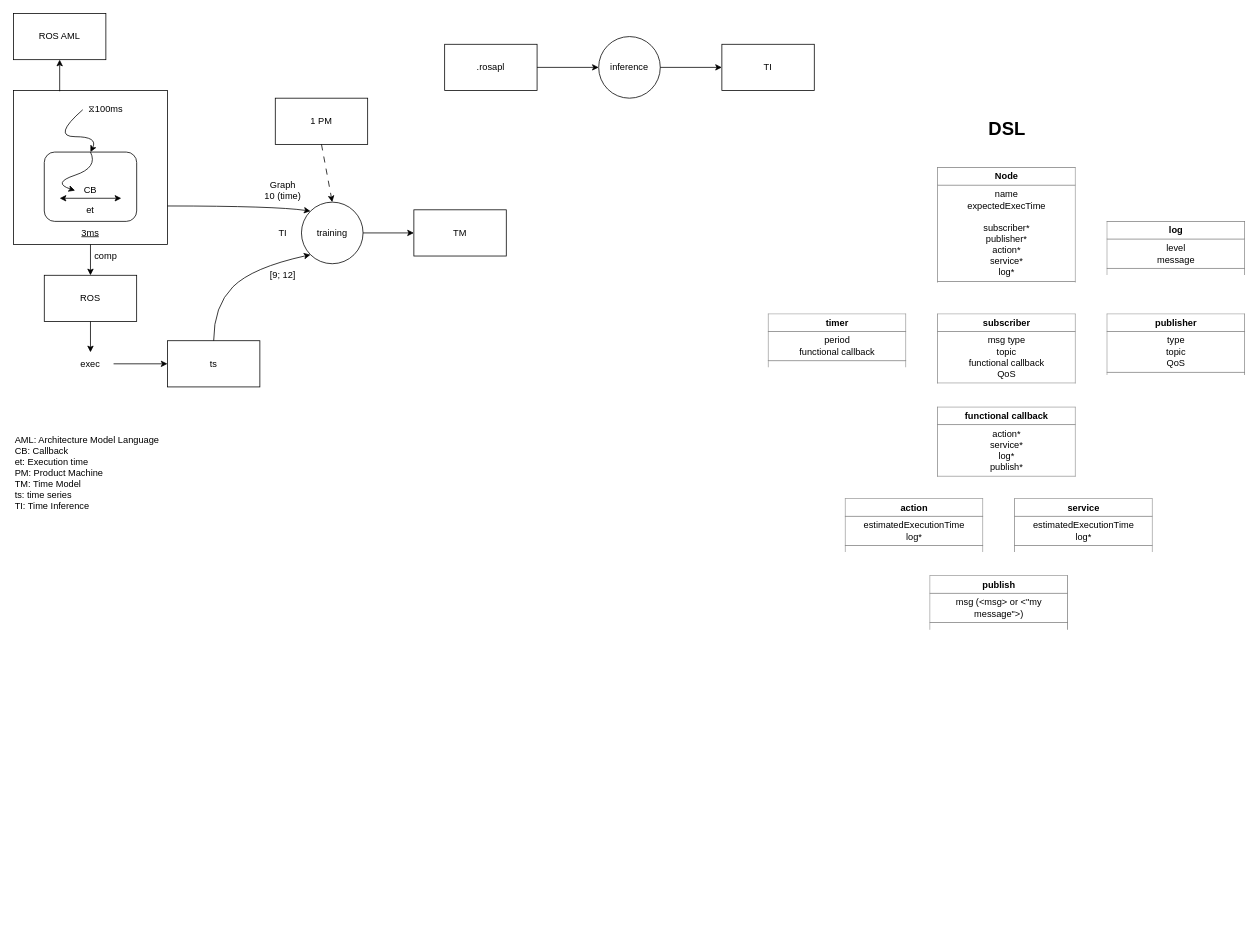
Colin-de-Seroux/temporal-model-hybridization keeps this draw.io diagram as docs/temporal_model_hybridization.drawio. Above is the earlier version. Source tidied: cells renumbered, new cells numbered last; positions are measured from the earlier drawing's top-left corner, leaving out a move shared by most shapes. Both pictures are drawn from the tidied source at 77%, with x=0, y=0 at pixel (13, 13).
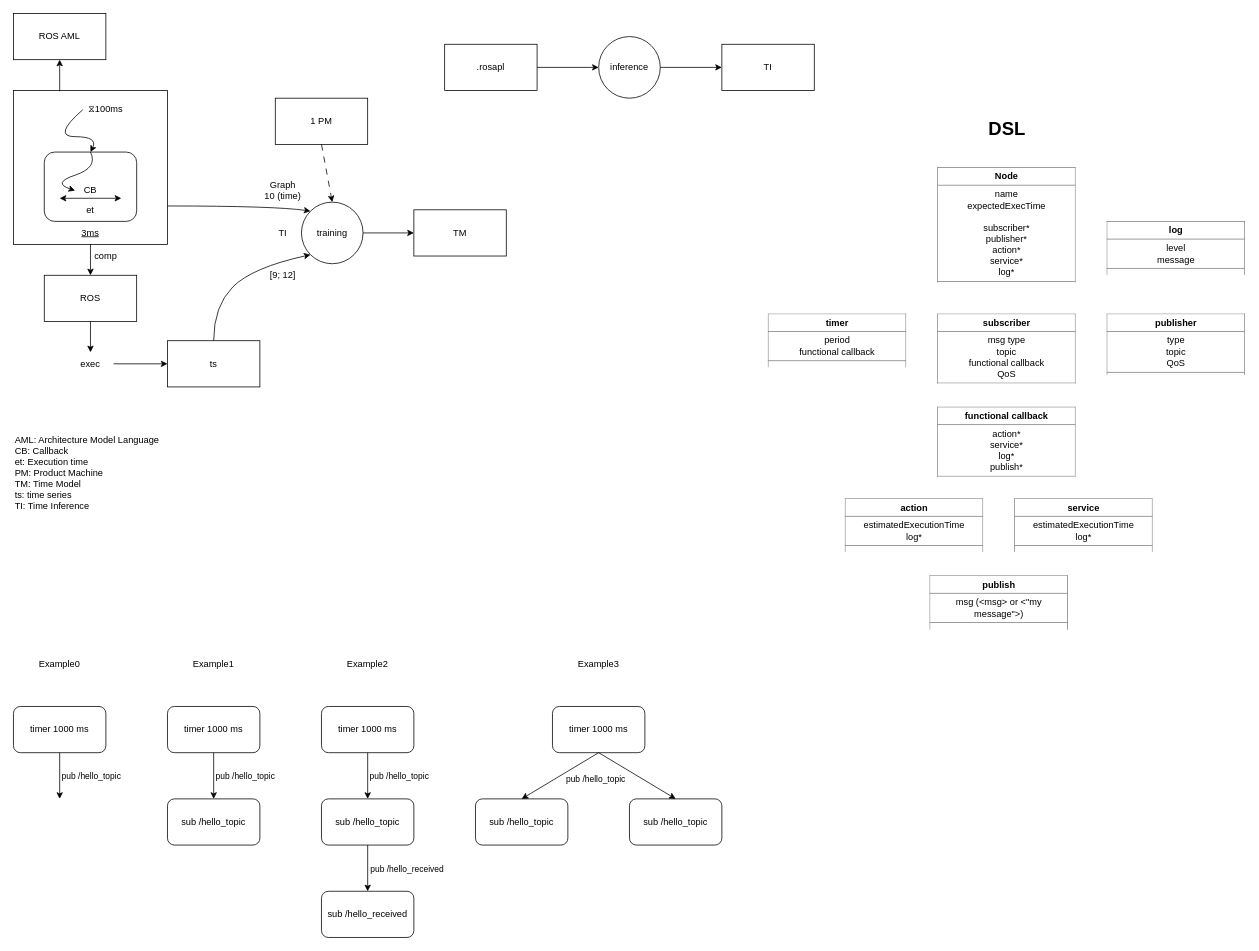
Above is the later version.

Change to the diagram source:
```diff
@@
+    <mxCell id="47" value="Example0" style="text;html=1;align=center;verticalAlign=middle;whiteSpace=wrap;rounded=0;" parent="1" vertex="1">
+      <mxGeometry x="30" y="830" width="60" height="30" as="geometry" />
+    </mxCell>
+    <mxCell id="48" value="timer 1000 ms" style="rounded=1;whiteSpace=wrap;html=1;" parent="1" vertex="1">
+      <mxGeometry y="900" width="120" height="60" as="geometry" />
+    </mxCell>
+    <mxCell id="49" style="endArrow=classic;html=1;exitX=0.5;exitY=1;exitDx=0;exitDy=0;" parent="1" edge="1" source="48">
+      <mxGeometry relative="1" as="geometry">
+        <mxPoint x="60" y="1020" as="targetPoint" />
+      </mxGeometry>
+    </mxCell>
+    <mxCell id="50" value="pub /hello_topic" style="edgeLabel;html=1;align=center;verticalAlign=middle;" parent="49" vertex="1">
+      <mxGeometry x="-0.15" y="4" relative="1" as="geometry">
+        <mxPoint x="36" y="4" as="offset" />
+      </mxGeometry>
+    </mxCell>
+    <mxCell id="51" value="Example1" style="text;html=1;align=center;verticalAlign=middle;whiteSpace=wrap;rounded=0;" parent="1" vertex="1">
+      <mxGeometry x="230" y="830" width="60" height="30" as="geometry" />
+    </mxCell>
+    <mxCell id="52" value="timer 1000 ms" style="rounded=1;whiteSpace=wrap;html=1;" parent="1" vertex="1">
+      <mxGeometry x="200" y="900" width="120" height="60" as="geometry" />
+    </mxCell>
+    <mxCell id="53" style="endArrow=classic;html=1;exitX=0.5;exitY=1;exitDx=0;exitDy=0;" parent="1" edge="1" source="52">
+      <mxGeometry relative="1" as="geometry">
+        <mxPoint x="260" y="1020" as="targetPoint" />
+      </mxGeometry>
+    </mxCell>
+    <mxCell id="54" value="pub /hello_topic" style="edgeLabel;html=1;align=center;verticalAlign=middle;" parent="53" vertex="1">
+      <mxGeometry x="-0.15" y="4" relative="1" as="geometry">
+        <mxPoint x="36" y="4" as="offset" />
+      </mxGeometry>
+    </mxCell>
+    <mxCell id="55" value="sub /hello_topic" style="rounded=1;whiteSpace=wrap;html=1;" parent="1" vertex="1">
+      <mxGeometry x="200" y="1020" width="120" height="60" as="geometry" />
+    </mxCell>
+    <mxCell id="56" value="Example2" style="text;html=1;align=center;verticalAlign=middle;whiteSpace=wrap;rounded=0;" parent="1" vertex="1">
+      <mxGeometry x="430" y="830" width="60" height="30" as="geometry" />
+    </mxCell>
+    <mxCell id="57" value="timer 1000 ms" style="rounded=1;whiteSpace=wrap;html=1;" parent="1" vertex="1">
+      <mxGeometry x="400" y="900" width="120" height="60" as="geometry" />
+    </mxCell>
+    <mxCell id="58" style="endArrow=classic;html=1;exitX=0.5;exitY=1;exitDx=0;exitDy=0;" parent="1" edge="1" source="57">
+      <mxGeometry relative="1" as="geometry">
+        <mxPoint x="460" y="1020" as="targetPoint" />
+      </mxGeometry>
+    </mxCell>
+    <mxCell id="59" value="pub /hello_topic" style="edgeLabel;html=1;align=center;verticalAlign=middle;" parent="58" vertex="1">
+      <mxGeometry x="-0.15" y="4" relative="1" as="geometry">
+        <mxPoint x="36" y="4" as="offset" />
+      </mxGeometry>
+    </mxCell>
+    <mxCell id="60" value="sub /hello_topic" style="rounded=1;whiteSpace=wrap;html=1;" parent="1" vertex="1">
+      <mxGeometry x="400" y="1020" width="120" height="60" as="geometry" />
+    </mxCell>
+    <mxCell id="61" style="endArrow=classic;html=1;exitX=0.5;exitY=1;exitDx=0;exitDy=0;entryX=0.5;entryY=0;entryDx=0;entryDy=0;" parent="1" edge="1" source="60">
+      <mxGeometry relative="1" as="geometry">
+        <mxPoint x="460" y="1140" as="targetPoint" />
+      </mxGeometry>
+    </mxCell>
+    <mxCell id="62" value="pub /hello_received" style="edgeLabel;html=1;align=center;verticalAlign=middle;" parent="1" vertex="1">
+      <mxGeometry x="510" y="1110" as="geometry" />
+    </mxCell>
+    <mxCell id="63" value="sub /hello_received" style="rounded=1;whiteSpace=wrap;html=1;" parent="1" vertex="1">
+      <mxGeometry x="400" y="1140" width="120" height="60" as="geometry" />
+    </mxCell>
+    <mxCell id="64" value="Example3" style="text;html=1;align=center;verticalAlign=middle;whiteSpace=wrap;rounded=0;" parent="1" vertex="1">
+      <mxGeometry x="730" y="830" width="60" height="30" as="geometry" />
+    </mxCell>
+    <mxCell id="65" value="timer 1000 ms" style="rounded=1;whiteSpace=wrap;html=1;" parent="1" vertex="1">
+      <mxGeometry x="700" y="900" width="120" height="60" as="geometry" />
+    </mxCell>
+    <mxCell id="66" style="endArrow=classic;html=1;exitX=0.5;exitY=1;exitDx=0;exitDy=0;" parent="1" edge="1" source="65">
+      <mxGeometry relative="1" as="geometry">
+        <mxPoint x="660" y="1020" as="targetPoint" />
+      </mxGeometry>
+    </mxCell>
+    <mxCell id="67" value="pub /hello_topic" style="edgeLabel;html=1;align=center;verticalAlign=middle;" parent="66" vertex="1">
+      <mxGeometry x="-0.15" y="4" relative="1" as="geometry">
+        <mxPoint x="36" y="4" as="offset" />
+      </mxGeometry>
+    </mxCell>
+    <mxCell id="68" value="sub /hello_topic" style="rounded=1;whiteSpace=wrap;html=1;" parent="1" vertex="1">
+      <mxGeometry x="600" y="1020" width="120" height="60" as="geometry" />
+    </mxCell>
+    <mxCell id="69" value="sub /hello_topic" style="rounded=1;whiteSpace=wrap;html=1;" parent="1" vertex="1">
+      <mxGeometry x="800" y="1020" width="120" height="60" as="geometry" />
+    </mxCell>
+    <mxCell id="70" style="endArrow=classic;html=1;exitX=0.5;exitY=1;exitDx=0;exitDy=0;entryX=0.5;entryY=0;entryDx=0;entryDy=0;" parent="1" edge="1" source="65" target="69">
+      <mxGeometry relative="1" as="geometry" />
+    </mxCell>
```
